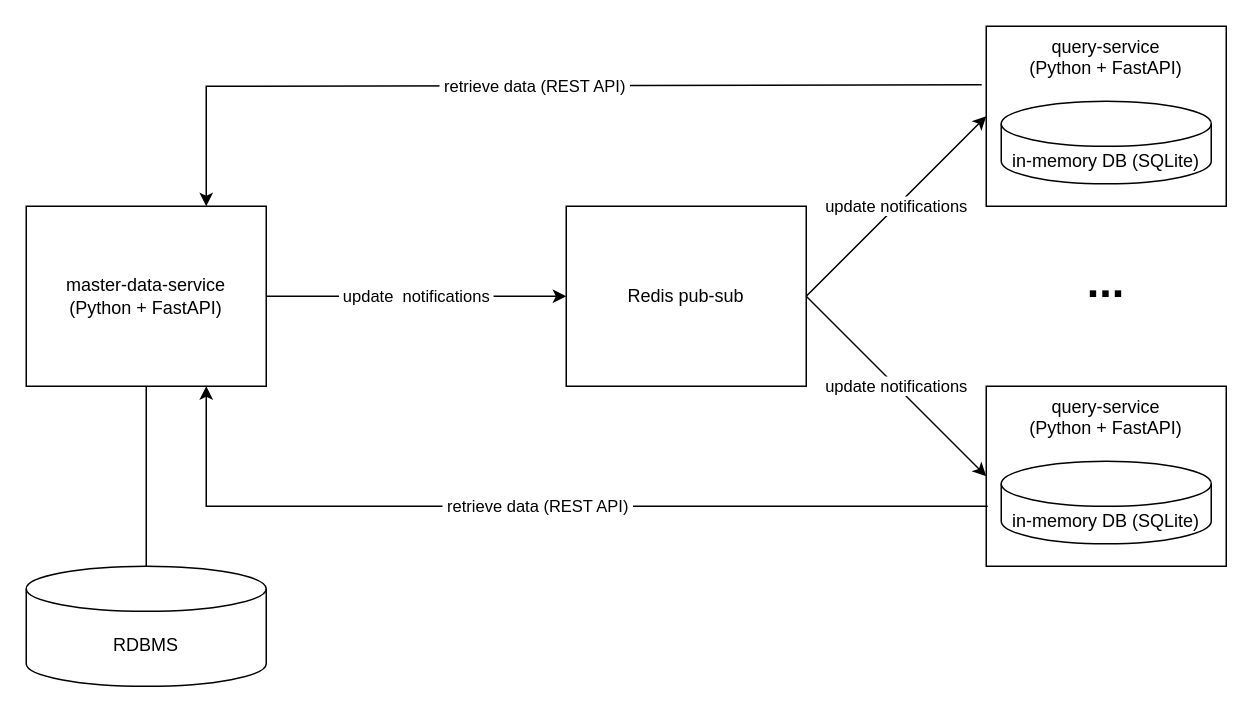
Above: diagrams/diagrams.drawio in Jardo72/City-Navigator (draw.io), before the change. Source tidied: cells renumbered, new cells numbered last; positions are measured from the earlier drawing's top-left corner, leaving out a move shared by most shapes. Both pictures are drawn from the tidied source at 150%, with x=0, y=0 at pixel (26, 26).
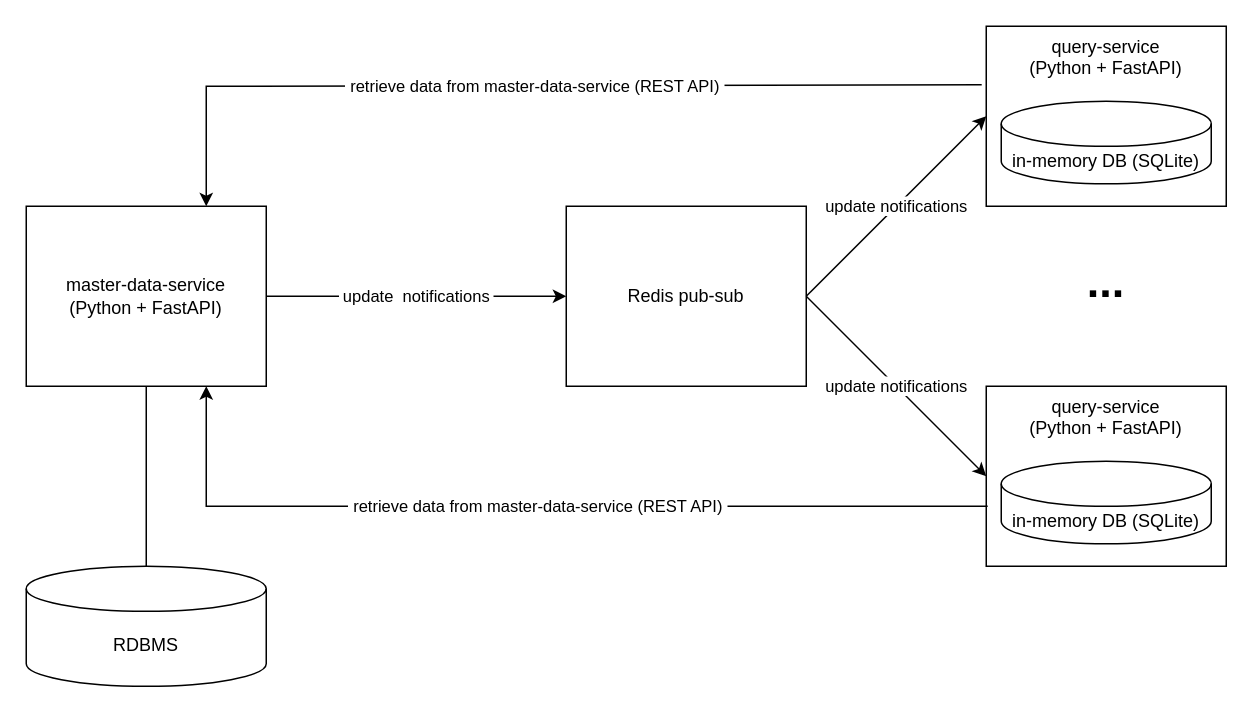
The same page after the edit.

Diff of the diagram source:
```diff
@@
 <mxGraphModel>
   <root>
     <mxCell id="0" />
     <mxCell id="1" parent="0" />
     <mxCell id="2" value="query-service&lt;br&gt;(Python + FastAPI)" style="rounded=0;whiteSpace=wrap;html=1;verticalAlign=top;" parent="1" vertex="1">
       <mxGeometry x="640" width="160" height="120" as="geometry" />
     </mxCell>
     <mxCell id="3" value="master-data-service&lt;br&gt;(Python + FastAPI)" style="rounded=0;whiteSpace=wrap;html=1;" parent="1" vertex="1">
       <mxGeometry y="120" width="160" height="120" as="geometry" />
     </mxCell>
     <mxCell id="4" value="RDBMS" style="shape=cylinder3;whiteSpace=wrap;html=1;boundedLbl=1;backgroundOutline=1;size=15;" parent="1" vertex="1">
       <mxGeometry y="360" width="160" height="80" as="geometry" />
     </mxCell>
     <mxCell id="5" value="in-memory DB (SQLite)" style="shape=cylinder3;whiteSpace=wrap;html=1;boundedLbl=1;backgroundOutline=1;size=15;" parent="1" vertex="1">
       <mxGeometry x="650" y="50" width="140" height="55" as="geometry" />
     </mxCell>
     <mxCell id="6" value="Redis pub-sub" style="rounded=0;whiteSpace=wrap;html=1;" parent="1" vertex="1">
       <mxGeometry x="360" y="120" width="160" height="120" as="geometry" />
     </mxCell>
     <mxCell id="7" value="&amp;nbsp;update&amp;nbsp; notifications&amp;nbsp;" style="endArrow=classic;html=1;rounded=0;exitX=1;exitY=0.5;exitDx=0;exitDy=0;entryX=0;entryY=0.5;entryDx=0;entryDy=0;" parent="1" edge="1" source="3" target="6">
       <mxGeometry relative="1" as="geometry" />
     </mxCell>
     <mxCell id="8" value="query-service&lt;br&gt;(Python + FastAPI)" style="rounded=0;whiteSpace=wrap;html=1;verticalAlign=top;" parent="1" vertex="1">
       <mxGeometry x="640" y="240" width="160" height="120" as="geometry" />
     </mxCell>
     <mxCell id="9" value="in-memory DB (SQLite)" style="shape=cylinder3;whiteSpace=wrap;html=1;boundedLbl=1;backgroundOutline=1;size=15;" parent="1" vertex="1">
       <mxGeometry x="650" y="290" width="140" height="55" as="geometry" />
     </mxCell>
     <mxCell id="10" value="&amp;nbsp;update notifications&amp;nbsp;" style="endArrow=classic;html=1;rounded=0;entryX=0;entryY=0.5;entryDx=0;entryDy=0;" parent="1" edge="1" target="2">
       <mxGeometry relative="1" as="geometry">
         <mxPoint x="520" y="180" as="sourcePoint" />
       </mxGeometry>
     </mxCell>
     <mxCell id="11" value="&amp;nbsp;update notifications&amp;nbsp;" style="endArrow=classic;html=1;rounded=0;exitX=1;exitY=0.5;exitDx=0;exitDy=0;entryX=0;entryY=0.5;entryDx=0;entryDy=0;" parent="1" edge="1" source="6" target="8">
       <mxGeometry relative="1" as="geometry" />
     </mxCell>
     <mxCell id="12" value="..." style="text;html=1;strokeColor=none;fillColor=none;align=center;verticalAlign=middle;whiteSpace=wrap;overflow=hidden;fontStyle=1;fontSize=30;" parent="1" vertex="1">
       <mxGeometry x="680" y="150" width="80" height="40" as="geometry" />
     </mxCell>
     <mxCell id="13" style="endArrow=none;html=1;rounded=0;fontSize=30;entryX=0.5;entryY=1;entryDx=0;entryDy=0;" parent="1" edge="1" source="4" target="3">
       <mxGeometry relative="1" as="geometry" />
     </mxCell>
-    <mxCell id="14" value="&amp;nbsp;retrieve data (REST API)&amp;nbsp;" style="endArrow=classic;html=1;rounded=0;exitX=-0.019;exitY=0.325;exitDx=0;exitDy=0;exitPerimeter=0;entryX=0.75;entryY=0;entryDx=0;entryDy=0;" parent="1" edge="1" source="2" target="3">
+    <mxCell id="14" value="&amp;nbsp;retrieve data from master-data-service (REST API)&amp;nbsp;" style="endArrow=classic;html=1;rounded=0;exitX=-0.019;exitY=0.325;exitDx=0;exitDy=0;exitPerimeter=0;entryX=0.75;entryY=0;entryDx=0;entryDy=0;" parent="1" edge="1" source="2" target="3">
       <mxGeometry relative="1" as="geometry">
         <Array as="points">
           <mxPoint x="120" y="40" />
         </Array>
       </mxGeometry>
     </mxCell>
-    <mxCell id="15" value="&amp;nbsp;retrieve data (REST API)&amp;nbsp;" style="endArrow=classic;html=1;rounded=0;exitX=0.006;exitY=0.667;exitDx=0;exitDy=0;exitPerimeter=0;entryX=0.75;entryY=1;entryDx=0;entryDy=0;" parent="1" edge="1" source="8" target="3">
+    <mxCell id="15" value="&amp;nbsp;retrieve data from master-data-service&amp;nbsp;(REST API)&amp;nbsp;" style="endArrow=classic;html=1;rounded=0;exitX=0.006;exitY=0.667;exitDx=0;exitDy=0;exitPerimeter=0;entryX=0.75;entryY=1;entryDx=0;entryDy=0;" parent="1" edge="1" source="8" target="3">
       <mxGeometry relative="1" as="geometry">
         <Array as="points">
           <mxPoint x="120" y="320" />
         </Array>
       </mxGeometry>
     </mxCell>
   </root>
 </mxGraphModel>
```
